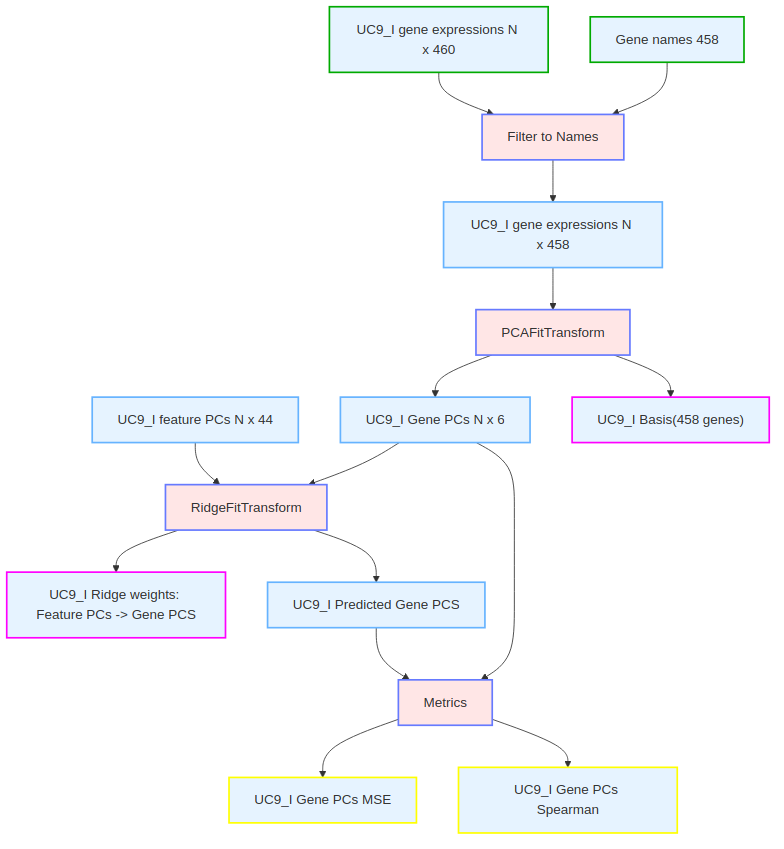
Before: mermaid/UC9_I_gene_pcs.png, a diagram exported from Mermaid (catskillsresearch/broad-3-catskills). Its source is kept beside it as mermaid/UC9_I_gene_pcs.mmd. The source it was exported from:
```mermaid
%%{init: {'themeVariables': {'nodeTextColor':'#000'}}}%%
flowchart TD
    classDef data fill:#e6f3ff,stroke:#66b3ff,stroke-width:2px
    classDef op fill:#ffe6e6,stroke:#667aff,stroke-width:2px,shape:round-rect
    classDef inputData fill:#e6f3ff,stroke:#00AA00,stroke-width:2px
    classDef outputData fill:#e6f3ff,stroke:#FF00FF,stroke-width:2px
    classDef outputMetric fill:#e6f3ff,stroke:#FFFF00,stroke-width:2px

    data4["UC9_I feature PCs N x 44"]:::data
    data17["Gene names 458"]:::inputData
    data6["UC9_I gene expressions N x 460"]:::inputData
    data6 & data17--> op4["Filter to Names"]:::op
    op4 --> data7["UC9_I gene expressions N x 458"]:::data
    data7 --> op5["PCAFitTransform"]:::op
    op5 --> data8["UC9_I Gene PCs N x 6"]:::data
    op5 --> data9["UC9_I Basis(458 genes)"]:::outputData

    data4 & data8 --> op6["RidgeFitTransform"]:::op
    op6 --> data10["UC9_I Ridge weights: Feature PCs -> Gene PCS"]:::outputData
    op6 --> data11["UC9_I Predicted Gene PCS"]:::data
    data11 --> op8["Metrics"]:::op
    op8 --> data12["UC9_I Gene PCs MSE"]:::outputMetric
    op8 --> data13["UC9_I Gene PCs Spearman"]:::outputMetric
    data8 --> op8
```
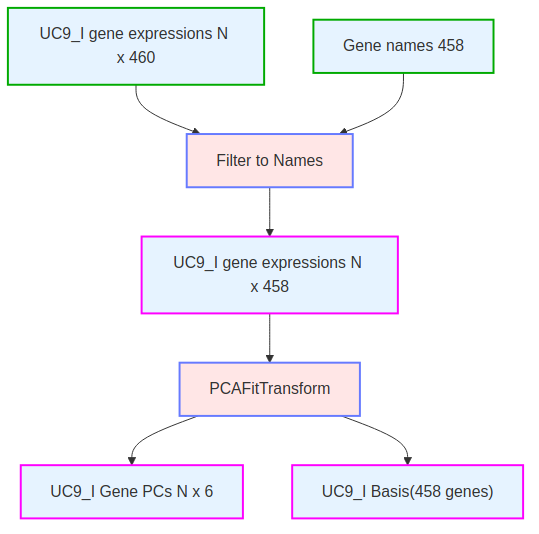
The same diagram one commit later.

Diff of the diagram source:
```diff
@@ -6,19 +6,11 @@
     classDef outputData fill:#e6f3ff,stroke:#FF00FF,stroke-width:2px
     classDef outputMetric fill:#e6f3ff,stroke:#FFFF00,stroke-width:2px
 
-    data4["UC9_I feature PCs N x 44"]:::data
+
     data17["Gene names 458"]:::inputData
     data6["UC9_I gene expressions N x 460"]:::inputData
     data6 & data17--> op4["Filter to Names"]:::op
-    op4 --> data7["UC9_I gene expressions N x 458"]:::data
+    op4 --> data7["UC9_I gene expressions N x 458"]:::outputData
     data7 --> op5["PCAFitTransform"]:::op
-    op5 --> data8["UC9_I Gene PCs N x 6"]:::data
+    op5 --> data8["UC9_I Gene PCs N x 6"]:::outputData
     op5 --> data9["UC9_I Basis(458 genes)"]:::outputData
-
-    data4 & data8 --> op6["RidgeFitTransform"]:::op
-    op6 --> data10["UC9_I Ridge weights: Feature PCs -> Gene PCS"]:::outputData
-    op6 --> data11["UC9_I Predicted Gene PCS"]:::data
-    data11 --> op8["Metrics"]:::op
-    op8 --> data12["UC9_I Gene PCs MSE"]:::outputMetric
-    op8 --> data13["UC9_I Gene PCs Spearman"]:::outputMetric
-    data8 --> op8
```
